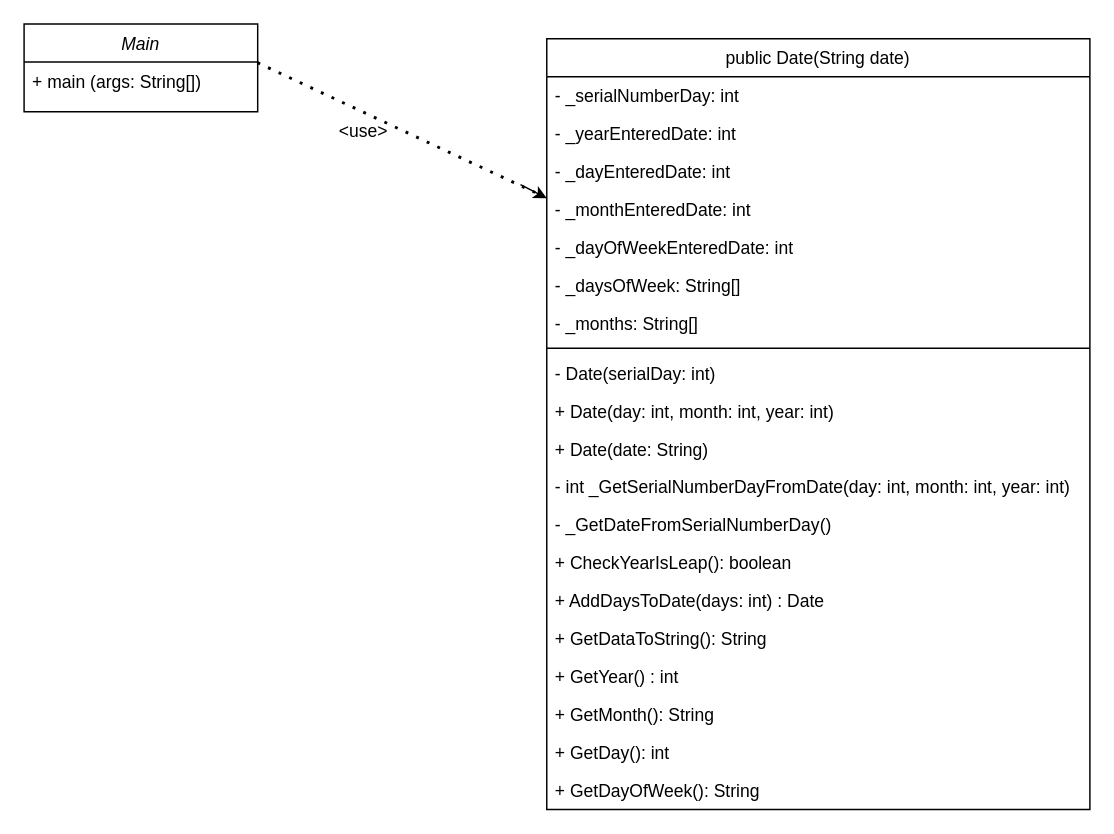
This is Untitled Diagram.drawio from IsaevAlexGit/Test, a draw.io file, before an edit. Source tidied: cells renumbered, new cells numbered last; positions are measured from the earlier drawing's top-left corner, leaving out a move shared by most shapes. Both pictures are drawn from the tidied source at 146%, with x=0, y=0 at pixel (23, 23).
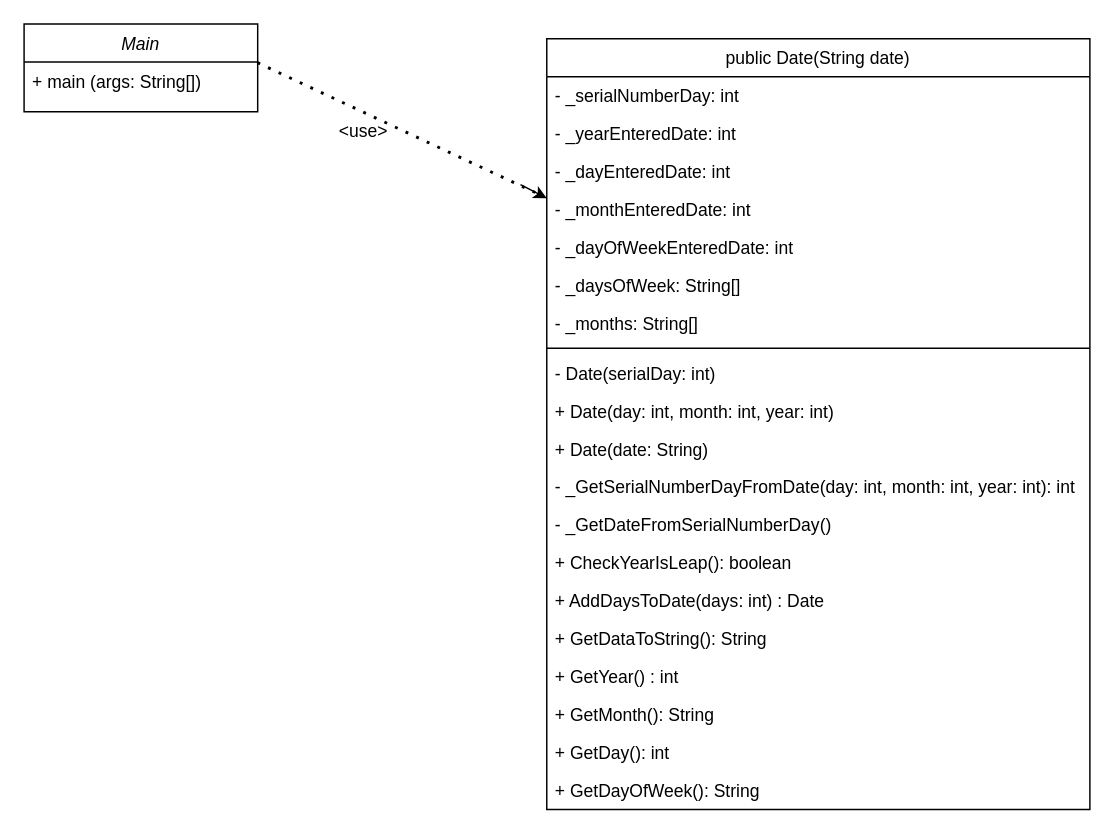
The same diagram, later.

The change refers to these unchanged cells:
```xml
<mxCell id="4" value="public Date(String date)" style="swimlane;fontStyle=0;align=center;verticalAlign=top;horizontal=1;startSize=26;rounded=0;shadow=0;strokeWidth=1;" parent="1" vertex="1">
  <mxGeometry x="358" y="10" width="372" height="528" as="geometry" />
</mxCell>
```

The edit, as a diff of the source:
```diff
@@
-    <mxCell id="16" value="- int _GetSerialNumberDayFromDate(day: int, month: int, year: int) " style="text;align=left;verticalAlign=top;spacingLeft=4;spacingRight=4;overflow=hidden;" parent="4" vertex="1">
+    <mxCell id="16" value="- _GetSerialNumberDayFromDate(day: int, month: int, year: int): int" style="text;align=left;verticalAlign=top;spacingLeft=4;spacingRight=4;overflow=hidden;" parent="4" vertex="1">
       <mxGeometry y="294" width="372" height="26" as="geometry" />
     </mxCell>
```
